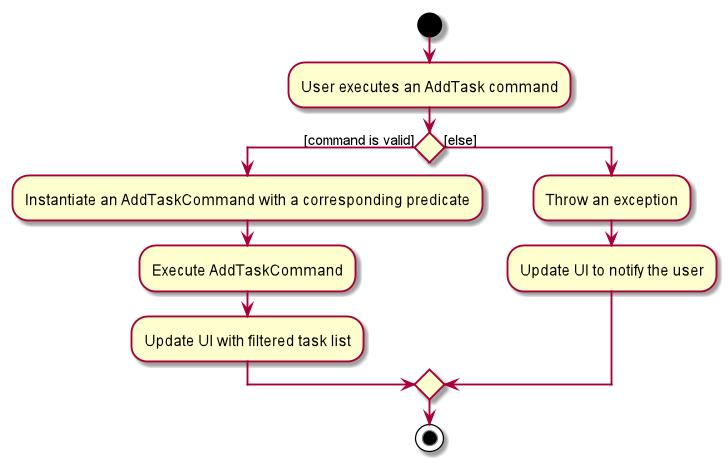
Before: docs/images/task/AddTaskCommandActivityDiagram.png, a diagram exported from PlantUML (nus-cs2103-AY1920S1/addressbook-level3). Its diagram source:
```plantuml
@startuml

start

:User executes an AddTask command;

if () then ([command is valid])
	:Instantiate an AddTaskCommand with a corresponding predicate;
	:Execute AddTaskCommand;
	:Update UI with filtered task list;
else ([else])
	:Throw an exception;
	:Update UI to notify the user;
endif

stop

@enduml
```
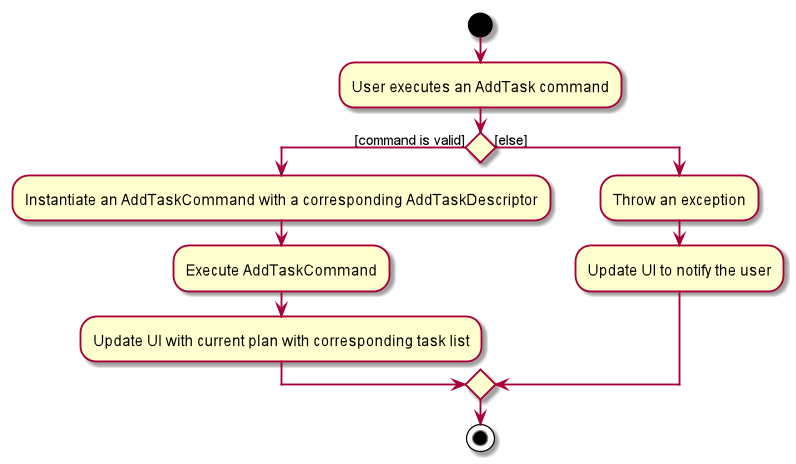
After the change.

Change to the diagram source:
```diff
@@ -5,9 +5,9 @@
 :User executes an AddTask command;
 
 if () then ([command is valid])
-	:Instantiate an AddTaskCommand with a corresponding predicate;
+	:Instantiate an AddTaskCommand with a corresponding AddTaskDescriptor;
 	:Execute AddTaskCommand;
-	:Update UI with filtered task list;
+	:Update UI with current plan with corresponding task list;
 else ([else])
 	:Throw an exception;
 	:Update UI to notify the user;
```
